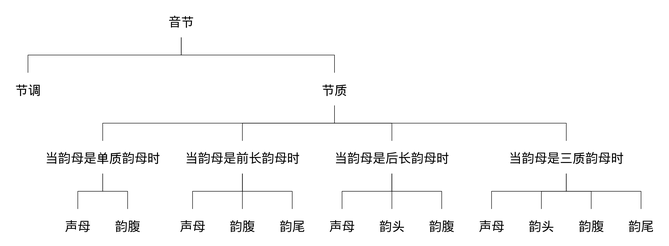
Above: YIME_Theory/flowchart/节调质素分析.png in tsaanghwang/Yime-prototype (Mermaid), before the change. Its source is kept beside it as YIME_Theory/flowchart/节调质素分析.mmd.
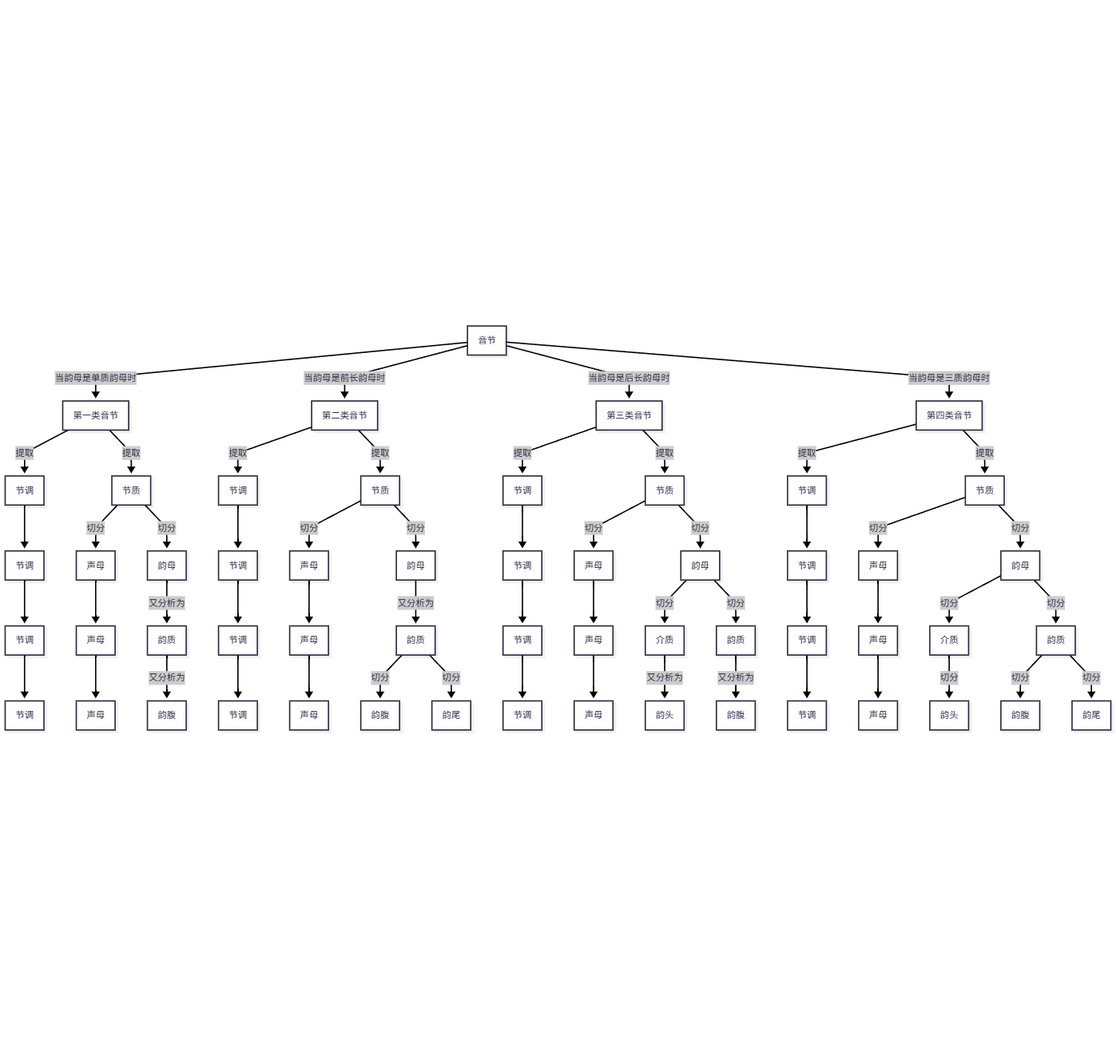
Above is the later version.

Change to the diagram source:
```diff
@@ -25,18 +25,40 @@
     C3 --> |切分|E3[韵母]
     C4 --> |切分|E4[韵母]
 
-    E1 --> F1[韵基]
-    F1 --> F2[韵腹]
+    B1 --> F1[节调]
+    F1 --> F2[节调]
+    F2 --> F3[节调]
+    D1 --> F4[声母]
+    F4 --> F5[声母]
+    E1 --> |又分析为|F6[韵质]
+    F6 --> |又分析为|F7[韵腹]
 
-    E2 --> |分类|G1[韵基]
-    G1 --> |分类|G2[韵腹]
-    G1 --> |分类|G3[韵尾]
+    B2 --> G1[节调]
+    G1 --> G2[节调]
+    G2 --> G3[节调]
+    D2 --> G4[声母]
+    G4 --> G5[声母]
+    E2 --> |又分析为|G6[韵质]
+    G6 --> |切分|G7[韵腹]
+    G6 --> |切分|G8[韵尾]
 
-    E3 --> |切分|H1[韵头]
-    E3 --> |分类|H2[韵基]
-    H2 --> |分类|H3[韵腹]
+    B3 --> H1[节调]
+    H1 --> H2[节调]
+    H2 --> H3[节调]
+    D3 --> H4[声母]
+    H4 --> H5[声母]
+    E3 --> |切分|H6[介质]
+    E3 --> |切分|H7[韵质]
+    H6 --> |又分析为|H8[韵头]
+    H7 --> |又分析为|H9[韵腹]
 
-    E4 --> |切分|I1[韵头]
-    E4 --> |切分|I2[韵基]
-    I2 --> |切分|I3[韵腹]
-    I2 --> |切分|I4[韵尾]
+    B4 --> I0[节调]
+    I0 --> I1[节调]
+    I1 --> I2[节调]
+    D4 --> I3[声母]
+    I3 --> I4[声母]
+    E4 --> |切分|I5[介质]
+    E4 --> |切分|I6[韵质]
+    I5 --> |切分|I7[韵头]
+    I6 --> |切分|I8[韵腹]
+    I6 --> |切分|I9[韵尾]
```
